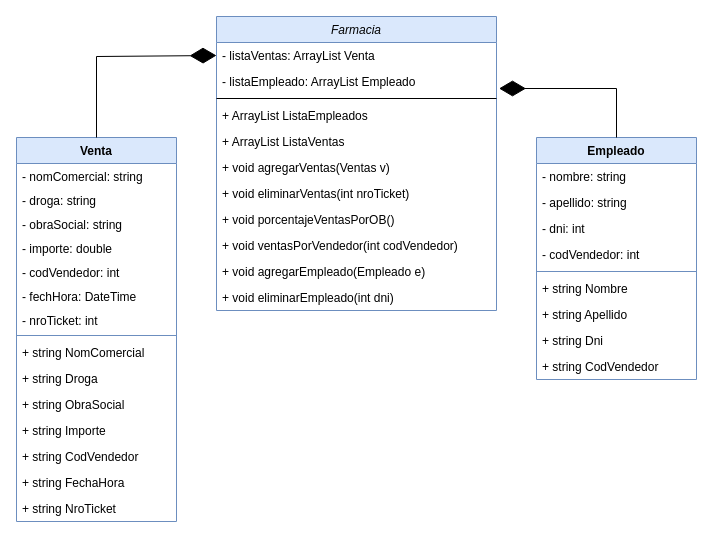
This is Proyecto4/UML-PROYECTO-4.drawio from Edgarvar/TrabajoIntegrador-AlgoritmoYProgramacion-UNAJ-2022, a draw.io file, before an edit. Source tidied: cells renumbered, new cells numbered last; positions are measured from the earlier drawing's top-left corner, leaving out a move shared by most shapes. Both pictures are drawn from the tidied source at 100%, with x=0, y=0 at pixel (16, 16).
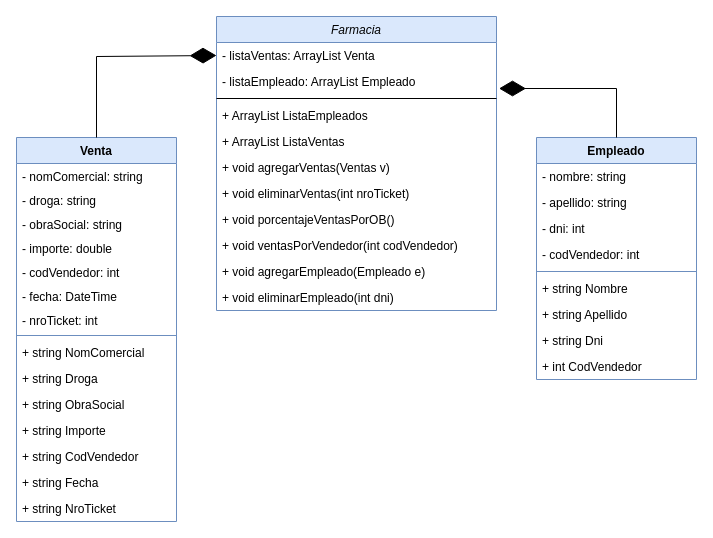
After the change.

Commit message (it also covers changes not shown here):
Clases agregadas al proyecto

Unchanged cells that the change refers to:
```xml
<mxCell id="14" value="Venta" style="swimlane;fontStyle=1;align=center;verticalAlign=top;horizontal=1;startSize=26;fillColor=#dae8fc;strokeColor=#6c8ebf;" parent="1" vertex="1">
  <mxGeometry y="121" width="160" height="384" as="geometry" />
</mxCell>
<mxCell id="30" value="Empleado" style="swimlane;fontStyle=1;align=center;verticalAlign=top;horizontal=1;startSize=26;fillColor=#dae8fc;strokeColor=#6c8ebf;" parent="1" vertex="1">
  <mxGeometry x="520" y="121" width="160" height="242" as="geometry" />
</mxCell>
```

What changed in the source:
```diff
@@
-    <mxCell id="20" value="- fechHora: DateTime" style="text;strokeColor=none;fillColor=none;align=left;verticalAlign=top;spacingLeft=4;spacingRight=4;overflow=hidden;" parent="14" vertex="1">
+    <mxCell id="20" value="- fecha: DateTime" style="text;strokeColor=none;fillColor=none;align=left;verticalAlign=top;spacingLeft=4;spacingRight=4;overflow=hidden;" parent="14" vertex="1">
       <mxGeometry y="146" width="160" height="24" as="geometry" />
     </mxCell>
@@
-    <mxCell id="28" value="+ string FechaHora" style="text;strokeColor=none;fillColor=none;align=left;verticalAlign=top;spacingLeft=4;spacingRight=4;overflow=hidden;" parent="14" vertex="1">
+    <mxCell id="28" value="+ string Fecha" style="text;strokeColor=none;fillColor=none;align=left;verticalAlign=top;spacingLeft=4;spacingRight=4;overflow=hidden;" parent="14" vertex="1">
       <mxGeometry y="332" width="160" height="26" as="geometry" />
     </mxCell>
@@
-    <mxCell id="39" value="+ string CodVendedor" style="text;strokeColor=none;fillColor=none;align=left;verticalAlign=top;spacingLeft=4;spacingRight=4;overflow=hidden;" parent="30" vertex="1">
-      <mxGeometry y="216" width="160" height="26" as="geometry" />
-    </mxCell>
+    <mxCell id="42" value="+ int CodVendedor" style="text;strokeColor=none;fillColor=none;align=left;verticalAlign=top;spacingLeft=4;spacingRight=4;overflow=hidden;" parent="30" vertex="1">
+      <mxGeometry y="216" width="160" height="26" as="geometry" />
+    </mxCell>
```
